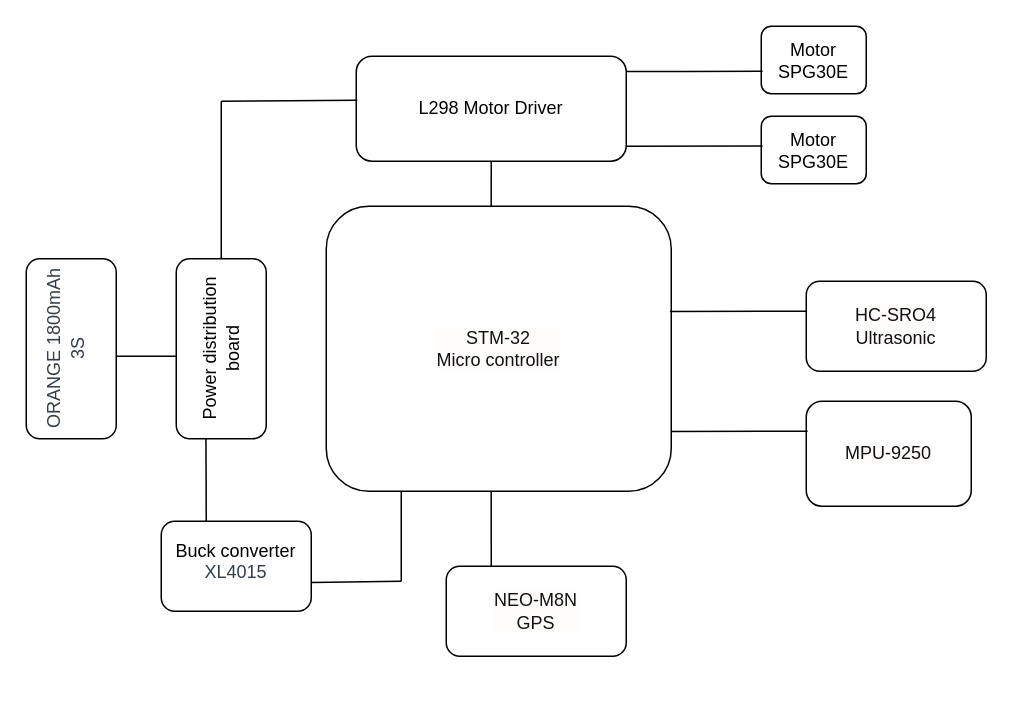
The draw.io diagram system arch ugv.drawio in namanbsanghvi/Manas, before the edit. Source tidied: cells renumbered, new cells numbered last; positions are measured from the earlier drawing's top-left corner, leaving out a move shared by most shapes. Both pictures are drawn from the tidied source at 150%, with x=0, y=0 at pixel (-20, 26).
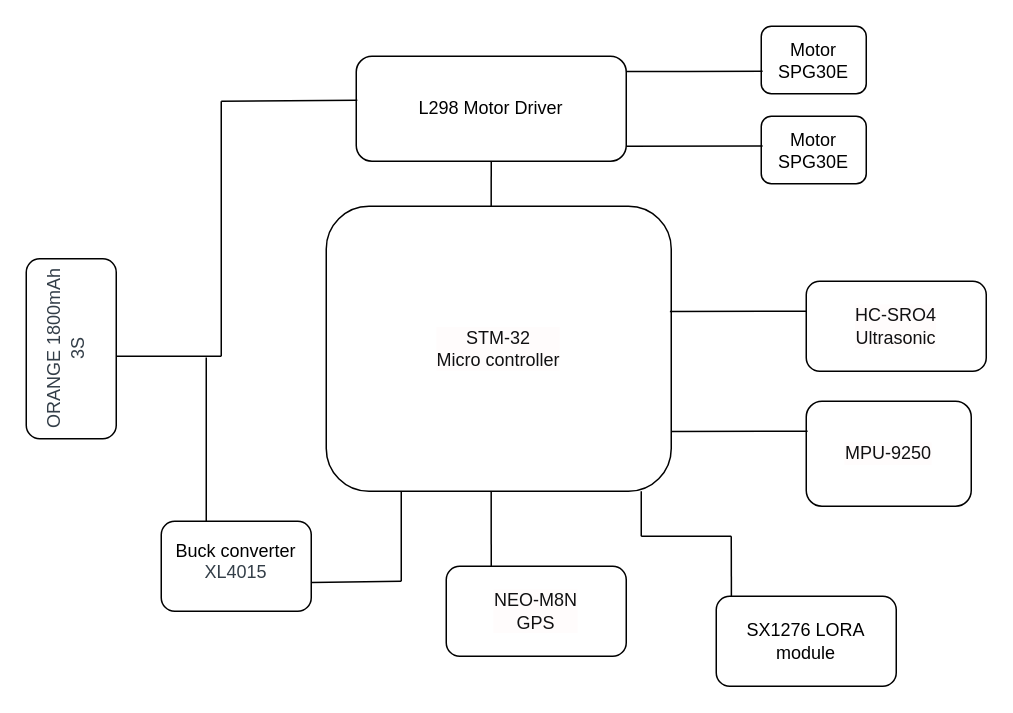
The same diagram, later.

The change refers to these unchanged cells:
```xml
<mxCell id="9" value="Buck converter&lt;p style=&quot;box-sizing: border-box ; margin-top: 0px ; margin-bottom: 0.48em ; line-height: 1.28em ; color: rgb(51 , 62 , 72) ; background-color: rgb(255 , 255 , 255)&quot;&gt;&lt;font style=&quot;font-size: 12px&quot;&gt;XL4015&lt;/font&gt;&lt;/p&gt;" style="rounded=1;whiteSpace=wrap;html=1;align=center;" parent="1" vertex="1">
  <mxGeometry x="120" y="330" width="100" height="60" as="geometry" />
</mxCell>
```

Diff of the diagram source:
```diff
@@
-    <mxCell id="7" value="Power distribution board" style="rounded=1;whiteSpace=wrap;html=1;rotation=-90;" parent="1" vertex="1">
-      <mxGeometry x="100" y="185" width="120" height="60" as="geometry" />
-    </mxCell>
     <mxCell id="8" style="endArrow=none;html=1;rounded=0;" parent="1" edge="1">
       <mxGeometry relative="1" as="geometry">
         <mxPoint x="90" y="220" as="sourcePoint" />
-        <mxPoint x="130" y="220" as="targetPoint" />
+        <mxPoint x="160" y="220" as="targetPoint" />
       </mxGeometry>
     </mxCell>
@@
     <mxCell id="13" style="endArrow=none;html=1;rounded=0;" parent="1" edge="1">
       <mxGeometry relative="1" as="geometry">
-        <mxPoint x="160" y="155" as="sourcePoint" />
+        <mxPoint x="160" y="220" as="sourcePoint" />
         <mxPoint x="160" y="50" as="targetPoint" />
       </mxGeometry>
     </mxCell>
@@
-    <mxCell id="21" style="endArrow=none;html=1;rounded=0;entryX=0.3;entryY=0;entryDx=0;entryDy=0;entryPerimeter=0;exitX=0.003;exitY=0.33;exitDx=0;exitDy=0;exitPerimeter=0;" parent="1" edge="1" source="7" target="9">
-      <mxGeometry relative="1" as="geometry" />
+    <mxCell id="21" style="endArrow=none;html=1;rounded=0;entryX=0.3;entryY=0;entryDx=0;entryDy=0;entryPerimeter=0;" parent="1" edge="1" target="9">
+      <mxGeometry relative="1" as="geometry">
+        <mxPoint x="150" y="220.8" as="sourcePoint" />
+      </mxGeometry>
     </mxCell>
@@
+    <mxCell id="24" value="SX1276 LORA module" style="rounded=1;whiteSpace=wrap;html=1;fontSize=12;" parent="1" vertex="1">
+      <mxGeometry x="490" y="380" width="120" height="60" as="geometry" />
+    </mxCell>
+    <mxCell id="25" style="endArrow=none;html=1;rounded=0;exitX=0.478;exitY=1;exitDx=0;exitDy=0;exitPerimeter=0;" parent="1" edge="1">
+      <mxGeometry relative="1" as="geometry">
+        <mxPoint x="440" y="310" as="sourcePoint" />
+        <mxPoint x="440" y="340" as="targetPoint" />
+      </mxGeometry>
+    </mxCell>
+    <mxCell id="26" style="endArrow=none;html=1;rounded=0;exitX=0.478;exitY=1;exitDx=0;exitDy=0;exitPerimeter=0;" parent="1" edge="1">
+      <mxGeometry relative="1" as="geometry">
+        <mxPoint x="440" y="340" as="sourcePoint" />
+        <mxPoint x="500" y="340" as="targetPoint" />
+      </mxGeometry>
+    </mxCell>
+    <mxCell id="27" style="endArrow=none;html=1;rounded=0;entryX=0.25;entryY=0;entryDx=0;entryDy=0;" parent="1" edge="1">
+      <mxGeometry relative="1" as="geometry">
+        <mxPoint x="500" y="340" as="sourcePoint" />
+        <mxPoint x="500.1" y="380" as="targetPoint" />
+      </mxGeometry>
+    </mxCell>
```
